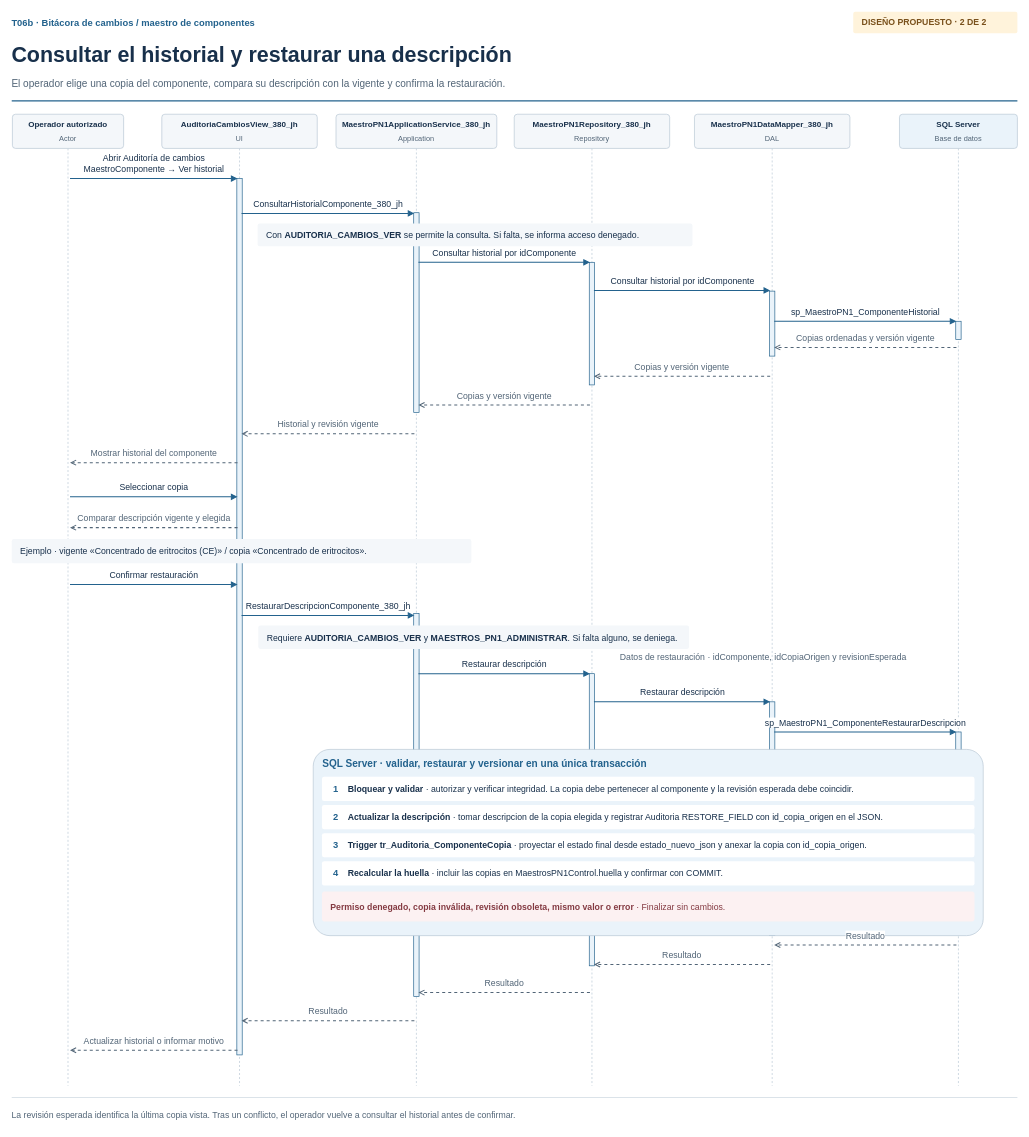
The draw.io diagram page "2. Consultar y restaurar" (2 of 2) of Diagramas/Bitacora de cambios/T06b - Maestro de componentes - Secuencia.drawio in juanNH/Ingenieria-de-Software, before the edit. Source tidied: cells renumbered, new cells numbered last; positions are measured from the earlier drawing's top-left corner, leaving out a move shared by most shapes. Both pictures are drawn from the tidied source at 67%, with x=0, y=0 at pixel (11, 11).
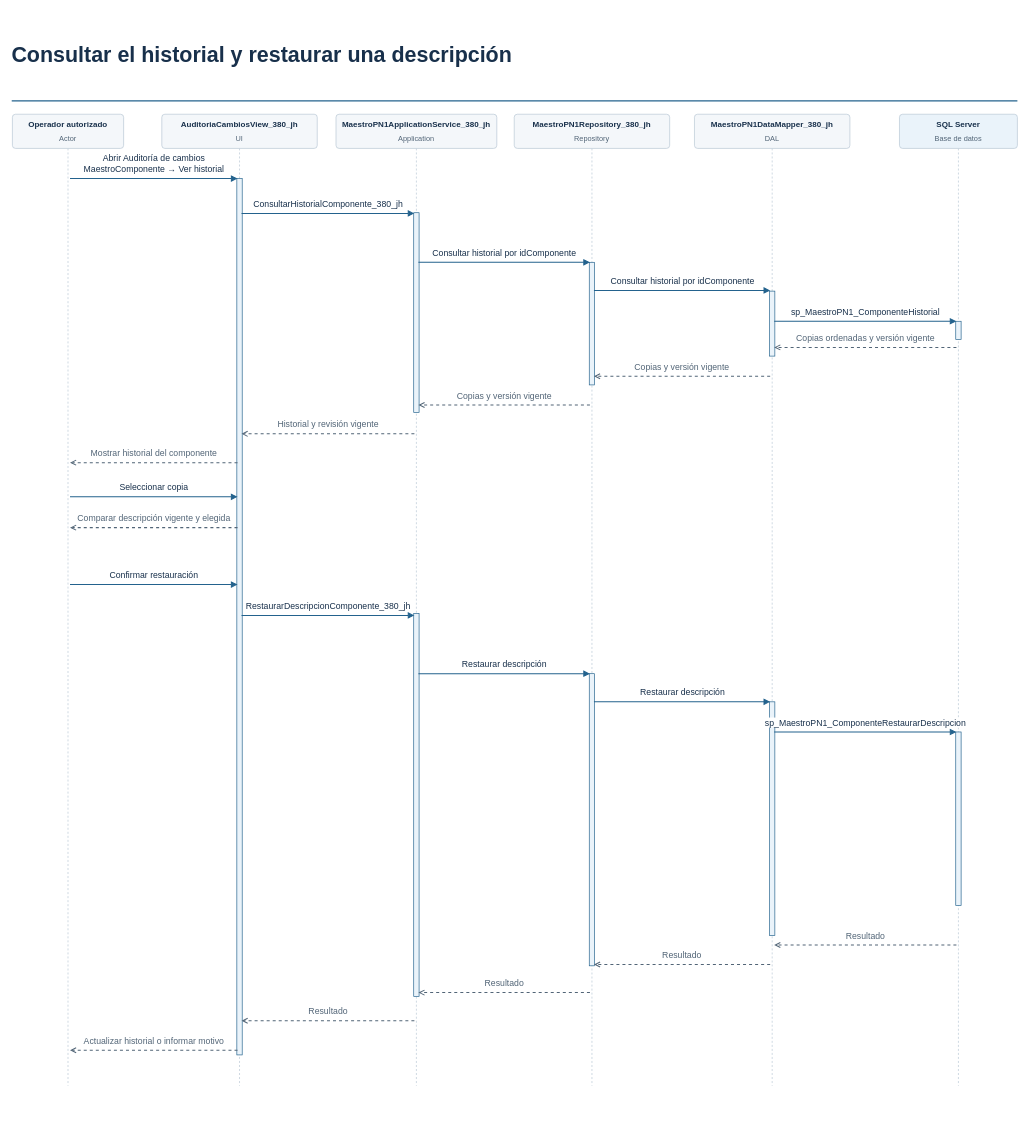
The same diagram, later.

What changed in the source:
```diff
@@
-    <mxCell id="2" value="T06b · Bitácora de cambios / maestro de componentes" style="text;fontFamily=Arial;html=1;whiteSpace=wrap;strokeColor=none;fillColor=none;align=left;verticalAlign=middle;fontColor=#18304B;fontSize=15;spacing=0;fontSize=14;fontStyle=1;fontColor=#23628D;" parent="1" vertex="1">
-      <mxGeometry y="4" width="1130" height="25" as="geometry" />
-    </mxCell>
-    <mxCell id="3" style="rounded=1;arcSize=9;fontFamily=Arial;html=1;whiteSpace=wrap;fillColor=#FFF3DB;strokeColor=none;strokeWidth=1;" parent="1" vertex="1">
-      <mxGeometry x="1256" width="245" height="32" as="geometry" />
-    </mxCell>
-    <mxCell id="4" value="&lt;b&gt;DISEÑO PROPUESTO · 2 DE 2&lt;/b&gt;" style="text;fontFamily=Arial;html=1;whiteSpace=wrap;strokeColor=none;fillColor=none;align=left;verticalAlign=middle;fontColor=#18304B;fontSize=15;spacing=0;fontColor=#79501B;fontSize=13;" parent="1" vertex="1">
-      <mxGeometry x="1269" width="219" height="32" as="geometry" />
-    </mxCell>
@@
-    <mxCell id="6" value="El operador elige una copia del componente, compara su descripción con la vigente y confirma la restauración." style="text;fontFamily=Arial;html=1;whiteSpace=wrap;strokeColor=none;fillColor=none;align=left;verticalAlign=middle;fontColor=#18304B;fontSize=15;spacing=0;fontSize=15;fontColor=#526577;" parent="1" vertex="1">
-      <mxGeometry y="94" width="1497" height="25" as="geometry" />
-    </mxCell>
@@
-    <mxCell id="43" style="rounded=1;arcSize=9;fontFamily=Arial;html=1;whiteSpace=wrap;fillColor=#F4F7FA;strokeColor=none;strokeWidth=1;" parent="1" vertex="1">
-      <mxGeometry x="367" y="316" width="649" height="34" as="geometry" />
-    </mxCell>
-    <mxCell id="44" value="Con &lt;b&gt;AUDITORIA_CAMBIOS_VER&lt;/b&gt; se permite la consulta. Si falta, se informa acceso denegado." style="text;fontFamily=Arial;html=1;whiteSpace=wrap;strokeColor=none;fillColor=none;align=left;verticalAlign=middle;fontColor=#18304B;fontSize=15;spacing=0;fontColor=#18304B;fontSize=13;" parent="1" vertex="1">
-      <mxGeometry x="380" y="316" width="623" height="34" as="geometry" />
-    </mxCell>
@@
-    <mxCell id="55" style="rounded=1;arcSize=9;fontFamily=Arial;html=1;whiteSpace=wrap;fillColor=#F4F7FA;strokeColor=none;strokeWidth=1;" parent="1" vertex="1">
-      <mxGeometry y="787" width="686" height="36" as="geometry" />
-    </mxCell>
-    <mxCell id="56" value="Ejemplo · vigente «Concentrado de eritrocitos (CE)» / copia «Concentrado de eritrocitos»." style="text;fontFamily=Arial;html=1;whiteSpace=wrap;strokeColor=none;fillColor=none;align=left;verticalAlign=middle;fontColor=#18304B;fontSize=15;spacing=0;fontColor=#18304B;fontSize=13;" parent="1" vertex="1">
-      <mxGeometry x="13" y="787" width="660" height="36" as="geometry" />
-    </mxCell>
@@
-    <mxCell id="59" style="rounded=1;arcSize=9;fontFamily=Arial;html=1;whiteSpace=wrap;fillColor=#F4F7FA;strokeColor=none;strokeWidth=1;" parent="1" vertex="1">
-      <mxGeometry x="368" y="916" width="643" height="35" as="geometry" />
-    </mxCell>
-    <mxCell id="60" value="Requiere &lt;b&gt;AUDITORIA_CAMBIOS_VER&lt;/b&gt; y &lt;b&gt;MAESTROS_PN1_ADMINISTRAR&lt;/b&gt;. Si falta alguno, se deniega." style="text;fontFamily=Arial;html=1;whiteSpace=wrap;strokeColor=none;fillColor=none;align=left;verticalAlign=middle;fontColor=#18304B;fontSize=15;spacing=0;fontColor=#18304B;fontSize=13;" parent="1" vertex="1">
-      <mxGeometry x="381" y="916" width="617" height="35" as="geometry" />
-    </mxCell>
-    <mxCell id="61" value="Datos de restauración · idComponente, idCopiaOrigen y revisionEsperada" style="text;fontFamily=Arial;html=1;whiteSpace=wrap;strokeColor=none;fillColor=none;align=left;verticalAlign=middle;fontColor=#18304B;fontSize=15;spacing=0;fontSize=13;fontColor=#526577;" parent="1" vertex="1">
-      <mxGeometry x="908" y="953" width="530" height="20" as="geometry" />
-    </mxCell>
@@
-    <mxCell id="65" style="rounded=1;arcSize=9;fontFamily=Arial;html=1;whiteSpace=wrap;fillColor=#EAF3FA;strokeColor=#B8C7D4;strokeWidth=1;" parent="1" vertex="1">
-      <mxGeometry x="450" y="1101" width="1000" height="278" as="geometry" />
-    </mxCell>
-    <mxCell id="66" value="SQL Server · validar, restaurar y versionar en una única transacción" style="text;fontFamily=Arial;html=1;whiteSpace=wrap;strokeColor=none;fillColor=none;align=left;verticalAlign=middle;fontColor=#18304B;fontSize=15;spacing=0;fontSize=15;fontStyle=1;fontColor=#23628D;" parent="1" vertex="1">
-      <mxGeometry x="464" y="1110" width="972" height="24" as="geometry" />
-    </mxCell>
-    <mxCell id="67" style="rounded=1;arcSize=9;fontFamily=Arial;html=1;whiteSpace=wrap;fillColor=#FFFFFF;strokeColor=none;strokeWidth=1;" parent="1" vertex="1">
-      <mxGeometry x="463" y="1142" width="974" height="36" as="geometry" />
-    </mxCell>
-    <mxCell id="68" value="1" style="text;fontFamily=Arial;html=1;whiteSpace=wrap;strokeColor=none;fillColor=none;align=left;verticalAlign=middle;fontColor=#18304B;fontSize=15;spacing=0;align=center;fontStyle=1;fontColor=#23628D;fontSize=14;" parent="1" vertex="1">
-      <mxGeometry x="470" y="1142" width="28" height="36" as="geometry" />
-    </mxCell>
-    <mxCell id="69" value="&lt;b&gt;Bloquear y validar&lt;/b&gt; · autorizar y verificar integridad. La copia debe pertenecer al componente y la revisión esperada debe coincidir." style="text;fontFamily=Arial;html=1;whiteSpace=wrap;strokeColor=none;fillColor=none;align=left;verticalAlign=middle;fontColor=#18304B;fontSize=15;spacing=0;fontSize=13;" parent="1" vertex="1">
-      <mxGeometry x="502" y="1142" width="924" height="36" as="geometry" />
-    </mxCell>
-    <mxCell id="70" style="rounded=1;arcSize=9;fontFamily=Arial;html=1;whiteSpace=wrap;fillColor=#FFFFFF;strokeColor=none;strokeWidth=1;" parent="1" vertex="1">
-      <mxGeometry x="463" y="1184" width="974" height="36" as="geometry" />
-    </mxCell>
-    <mxCell id="71" value="2" style="text;fontFamily=Arial;html=1;whiteSpace=wrap;strokeColor=none;fillColor=none;align=left;verticalAlign=middle;fontColor=#18304B;fontSize=15;spacing=0;align=center;fontStyle=1;fontColor=#23628D;fontSize=14;" parent="1" vertex="1">
-      <mxGeometry x="470" y="1184" width="28" height="36" as="geometry" />
-    </mxCell>
-    <mxCell id="72" value="&lt;b&gt;Actualizar la descripción&lt;/b&gt; · tomar descripcion de la copia elegida y registrar Auditoria RESTORE_FIELD con id_copia_origen en el JSON." style="text;fontFamily=Arial;html=1;whiteSpace=wrap;strokeColor=none;fillColor=none;align=left;verticalAlign=middle;fontColor=#18304B;fontSize=15;spacing=0;fontSize=13;" parent="1" vertex="1">
-      <mxGeometry x="502" y="1184" width="924" height="36" as="geometry" />
-    </mxCell>
-    <mxCell id="73" style="rounded=1;arcSize=9;fontFamily=Arial;html=1;whiteSpace=wrap;fillColor=#FFFFFF;strokeColor=none;strokeWidth=1;" parent="1" vertex="1">
-      <mxGeometry x="463" y="1226" width="974" height="36" as="geometry" />
-    </mxCell>
-    <mxCell id="74" value="3" style="text;fontFamily=Arial;html=1;whiteSpace=wrap;strokeColor=none;fillColor=none;align=left;verticalAlign=middle;fontColor=#18304B;fontSize=15;spacing=0;align=center;fontStyle=1;fontColor=#23628D;fontSize=14;" parent="1" vertex="1">
-      <mxGeometry x="470" y="1226" width="28" height="36" as="geometry" />
-    </mxCell>
-    <mxCell id="75" value="&lt;b&gt;Trigger tr_Auditoria_ComponenteCopia&lt;/b&gt; · proyectar el estado final desde estado_nuevo_json y anexar la copia con id_copia_origen." style="text;fontFamily=Arial;html=1;whiteSpace=wrap;strokeColor=none;fillColor=none;align=left;verticalAlign=middle;fontColor=#18304B;fontSize=15;spacing=0;fontSize=13;" parent="1" vertex="1">
-      <mxGeometry x="502" y="1226" width="924" height="36" as="geometry" />
-    </mxCell>
-    <mxCell id="76" style="rounded=1;arcSize=9;fontFamily=Arial;html=1;whiteSpace=wrap;fillColor=#FFFFFF;strokeColor=none;strokeWidth=1;" parent="1" vertex="1">
-      <mxGeometry x="463" y="1268" width="974" height="36" as="geometry" />
-    </mxCell>
-    <mxCell id="77" value="4" style="text;fontFamily=Arial;html=1;whiteSpace=wrap;strokeColor=none;fillColor=none;align=left;verticalAlign=middle;fontColor=#18304B;fontSize=15;spacing=0;align=center;fontStyle=1;fontColor=#23628D;fontSize=14;" parent="1" vertex="1">
-      <mxGeometry x="470" y="1268" width="28" height="36" as="geometry" />
-    </mxCell>
-    <mxCell id="78" value="&lt;b&gt;Recalcular la huella&lt;/b&gt; · incluir las copias en MaestrosPN1Control.huella y confirmar con COMMIT." style="text;fontFamily=Arial;html=1;whiteSpace=wrap;strokeColor=none;fillColor=none;align=left;verticalAlign=middle;fontColor=#18304B;fontSize=15;spacing=0;fontSize=13;" parent="1" vertex="1">
-      <mxGeometry x="502" y="1268" width="924" height="36" as="geometry" />
-    </mxCell>
-    <mxCell id="79" style="rounded=1;arcSize=9;fontFamily=Arial;html=1;whiteSpace=wrap;fillColor=#FCF1F2;strokeColor=none;strokeWidth=1;" parent="1" vertex="1">
-      <mxGeometry x="463" y="1313" width="974" height="45" as="geometry" />
-    </mxCell>
-    <mxCell id="80" value="&lt;b&gt;Permiso denegado, copia inválida, revisión obsoleta, mismo valor o error&lt;/b&gt; · Finalizar sin cambios." style="text;fontFamily=Arial;html=1;whiteSpace=wrap;strokeColor=none;fillColor=none;align=left;verticalAlign=middle;fontColor=#18304B;fontSize=15;spacing=0;fontColor=#843A42;fontSize=13;" parent="1" vertex="1">
-      <mxGeometry x="476" y="1313" width="948" height="45" as="geometry" />
-    </mxCell>
@@
-    <mxCell id="86" style="rounded=1;arcSize=9;fontFamily=Arial;html=1;whiteSpace=wrap;fillColor=#B8C7D4;strokeColor=none;strokeWidth=1;" parent="1" vertex="1">
-      <mxGeometry y="1620" width="1501" height="1" as="geometry" />
-    </mxCell>
-    <mxCell id="87" value="La revisión esperada identifica la última copia vista. Tras un conflicto, el operador vuelve a consultar el historial antes de confirmar." style="text;fontFamily=Arial;html=1;whiteSpace=wrap;strokeColor=none;fillColor=none;align=left;verticalAlign=middle;fontColor=#18304B;fontSize=15;spacing=0;fontSize=13;fontColor=#526577;" parent="1" vertex="1">
-      <mxGeometry y="1631" width="1501" height="32" as="geometry" />
-    </mxCell>
```
